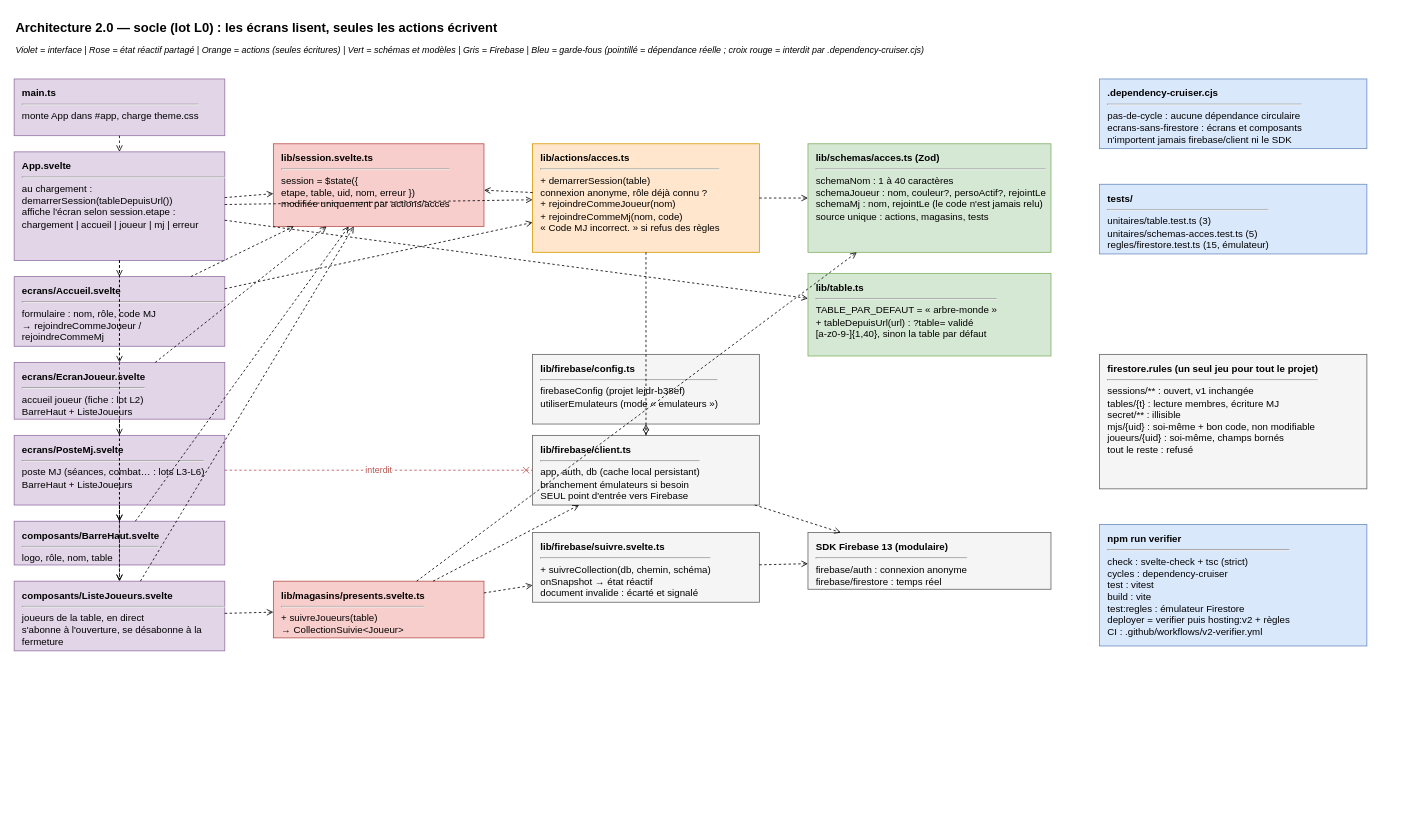
The draw.io diagram page "Architecture 2.0 - modules du socle" (1 of 2) of docs/architecture-v2.drawio in bazfar/cof-compagno, before the edit. Source tidied: cells renumbered, new cells numbered last; positions are measured from the earlier drawing's top-left corner, leaving out a move shared by most shapes. Both pictures are drawn from the tidied source at 81%, with x=0, y=0 at pixel (14, 14).
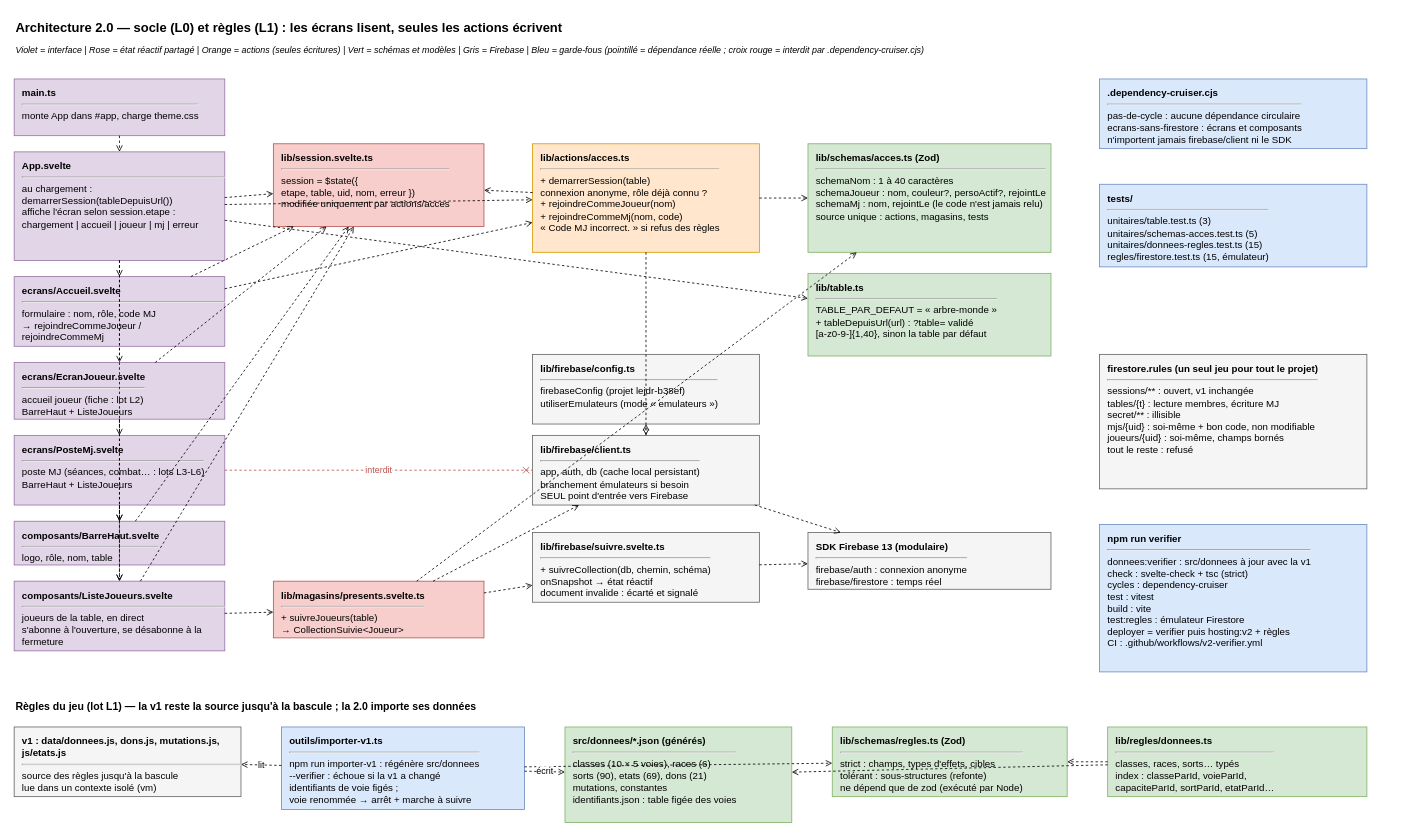
After the change.

Diff of the diagram source:
```diff
@@
-    <mxCell id="2" value="Architecture 2.0 — socle (lot L0) : les écrans lisent, seules les actions écrivent" style="text;html=1;align=left;fontSize=16;fontStyle=1;" parent="1" vertex="1">
+    <mxCell id="2" value="Architecture 2.0 — socle (L0) et règles (L1) : les écrans lisent, seules les actions écrivent" style="text;html=1;align=left;fontSize=16;fontStyle=1;" parent="1" vertex="1">
       <mxGeometry width="1500" height="28" as="geometry" />
     </mxCell>
@@
-    <mxCell id="22" value="&lt;b&gt;tests/&lt;/b&gt;&lt;hr&gt;unitaires/table.test.ts (3)&lt;br&gt;unitaires/schemas-acces.test.ts (5)&lt;br&gt;regles/firestore.test.ts (15, émulateur)" style="rounded=0;whiteSpace=wrap;html=1;align=left;verticalAlign=top;spacingLeft=8;spacingTop=4;fillColor=#dae8fc;strokeColor=#6c8ebf;" parent="1" vertex="1">
-      <mxGeometry x="1340" y="210" width="330" height="86" as="geometry" />
+    <mxCell id="22" value="&lt;b&gt;tests/&lt;/b&gt;&lt;hr&gt;unitaires/table.test.ts (3)&lt;br&gt;unitaires/schemas-acces.test.ts (5)&lt;br&gt;unitaires/donnees-regles.test.ts (15)&lt;br&gt;regles/firestore.test.ts (15, émulateur)" style="rounded=0;whiteSpace=wrap;html=1;align=left;verticalAlign=top;spacingLeft=8;spacingTop=4;fillColor=#dae8fc;strokeColor=#6c8ebf;" parent="1" vertex="1">
+      <mxGeometry x="1340" y="210" width="330" height="102" as="geometry" />
     </mxCell>
-    <mxCell id="23" value="&lt;b&gt;npm run verifier&lt;/b&gt;&lt;hr&gt;check : svelte-check + tsc (strict)&lt;br&gt;cycles : dependency-cruiser&lt;br&gt;test : vitest&lt;br&gt;build : vite&lt;br&gt;test:regles : émulateur Firestore&lt;br&gt;deployer = verifier puis hosting:v2 + règles&lt;br&gt;CI : .github/workflows/v2-verifier.yml" style="rounded=0;whiteSpace=wrap;html=1;align=left;verticalAlign=top;spacingLeft=8;spacingTop=4;fillColor=#dae8fc;strokeColor=#6c8ebf;" parent="1" vertex="1">
-      <mxGeometry x="1340" y="630" width="330" height="150" as="geometry" />
+    <mxCell id="23" value="&lt;b&gt;npm run verifier&lt;/b&gt;&lt;hr&gt;donnees:verifier : src/donnees à jour avec la v1&lt;br&gt;check : svelte-check + tsc (strict)&lt;br&gt;cycles : dependency-cruiser&lt;br&gt;test : vitest&lt;br&gt;build : vite&lt;br&gt;test:regles : émulateur Firestore&lt;br&gt;deployer = verifier puis hosting:v2 + règles&lt;br&gt;CI : .github/workflows/v2-verifier.yml" style="rounded=0;whiteSpace=wrap;html=1;align=left;verticalAlign=top;spacingLeft=8;spacingTop=4;fillColor=#dae8fc;strokeColor=#6c8ebf;" parent="1" vertex="1">
+      <mxGeometry x="1340" y="630" width="330" height="182" as="geometry" />
     </mxCell>
+    <mxCell id="51" value="Règles du jeu (lot L1) — la v1 reste la source jusqu'à la bascule ; la 2.0 importe ses données" style="text;html=1;align=left;fontSize=13;fontStyle=1;" parent="1" vertex="1">
+      <mxGeometry y="840" width="1200" height="24" as="geometry" />
+    </mxCell>
+    <mxCell id="52" value="&lt;b&gt;v1 : data/donnees.js, dons.js, mutations.js, js/etats.js&lt;/b&gt;&lt;hr&gt;source des règles jusqu'à la bascule&lt;br&gt;lue dans un contexte isolé (vm)" style="rounded=0;whiteSpace=wrap;html=1;align=left;verticalAlign=top;spacingLeft=8;spacingTop=4;fillColor=#f5f5f5;strokeColor=#666666;" parent="1" vertex="1">
+      <mxGeometry y="880" width="280" height="86" as="geometry" />
+    </mxCell>
+    <mxCell id="53" value="&lt;b&gt;outils/importer-v1.ts&lt;/b&gt;&lt;hr&gt;npm run importer-v1 : régénère src/donnees&lt;br&gt;--verifier : échoue si la v1 a changé&lt;br&gt;identifiants de voie figés ;&lt;br&gt;voie renommée → arrêt + marche à suivre" style="rounded=0;whiteSpace=wrap;html=1;align=left;verticalAlign=top;spacingLeft=8;spacingTop=4;fillColor=#dae8fc;strokeColor=#6c8ebf;" parent="1" vertex="1">
+      <mxGeometry x="330" y="880" width="300" height="102" as="geometry" />
+    </mxCell>
+    <mxCell id="54" value="&lt;b&gt;src/donnees/*.json  (générés)&lt;/b&gt;&lt;hr&gt;classes (10 × 5 voies), races (6)&lt;br&gt;sorts (90), etats (69), dons (21)&lt;br&gt;mutations, constantes&lt;br&gt;identifiants.json : table figée des voies" style="rounded=0;whiteSpace=wrap;html=1;align=left;verticalAlign=top;spacingLeft=8;spacingTop=4;fillColor=#d5e8d4;strokeColor=#82b366;" parent="1" vertex="1">
+      <mxGeometry x="680" y="880" width="280" height="118" as="geometry" />
+    </mxCell>
+    <mxCell id="55" value="&lt;b&gt;lib/schemas/regles.ts  (Zod)&lt;/b&gt;&lt;hr&gt;strict : champs, types d'effets, cibles&lt;br&gt;tolérant : sous-structures (refonte)&lt;br&gt;ne dépend que de zod (exécuté par Node)" style="rounded=0;whiteSpace=wrap;html=1;align=left;verticalAlign=top;spacingLeft=8;spacingTop=4;fillColor=#d5e8d4;strokeColor=#82b366;" parent="1" vertex="1">
+      <mxGeometry x="1010" y="880" width="290" height="86" as="geometry" />
+    </mxCell>
+    <mxCell id="56" value="&lt;b&gt;lib/regles/donnees.ts&lt;/b&gt;&lt;hr&gt;classes, races, sorts… typés&lt;br&gt;index : classeParId, voieParId,&lt;br&gt;capaciteParId, sortParId, etatParId…" style="rounded=0;whiteSpace=wrap;html=1;align=left;verticalAlign=top;spacingLeft=8;spacingTop=4;fillColor=#d5e8d4;strokeColor=#82b366;" parent="1" vertex="1">
+      <mxGeometry x="1350" y="880" width="320" height="86" as="geometry" />
+    </mxCell>
+    <mxCell id="57" value="lit" style="endArrow=open;dashed=1;html=1;" parent="1" edge="1" source="53" target="52">
+      <mxGeometry relative="1" as="geometry" />
+    </mxCell>
+    <mxCell id="58" style="endArrow=open;dashed=1;html=1;" parent="1" edge="1" source="53" target="55">
+      <mxGeometry relative="1" as="geometry" />
+    </mxCell>
+    <mxCell id="59" value="écrit" style="endArrow=open;dashed=1;html=1;" parent="1" edge="1" source="53" target="54">
+      <mxGeometry relative="1" as="geometry" />
+    </mxCell>
+    <mxCell id="60" style="endArrow=open;dashed=1;html=1;" parent="1" edge="1" source="56" target="54">
+      <mxGeometry relative="1" as="geometry" />
+    </mxCell>
+    <mxCell id="61" style="endArrow=open;dashed=1;html=1;" parent="1" edge="1" source="56" target="55">
+      <mxGeometry relative="1" as="geometry" />
+    </mxCell>
```
